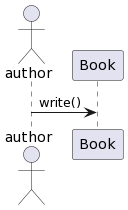
Before: singleton/diagrams/out/sequence.png, a diagram exported from PlantUML (lordking/gof-design-patterns).
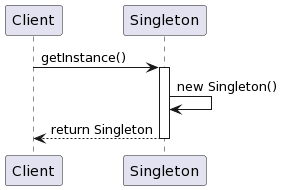
After the commit.

Change to the diagram source:
```diff
@@ -1,7 +1,11 @@
 @startuml
 
-Actor author
-Participant Book
+Participant Client
+Participant Singleton
 
-author -> Book: write()
+Client -> Singleton: getInstance()
+activate Singleton
+Singleton -> Singleton : new Singleton()
+Singleton --> Client : return Singleton
+deactivate
 @enduml
```
